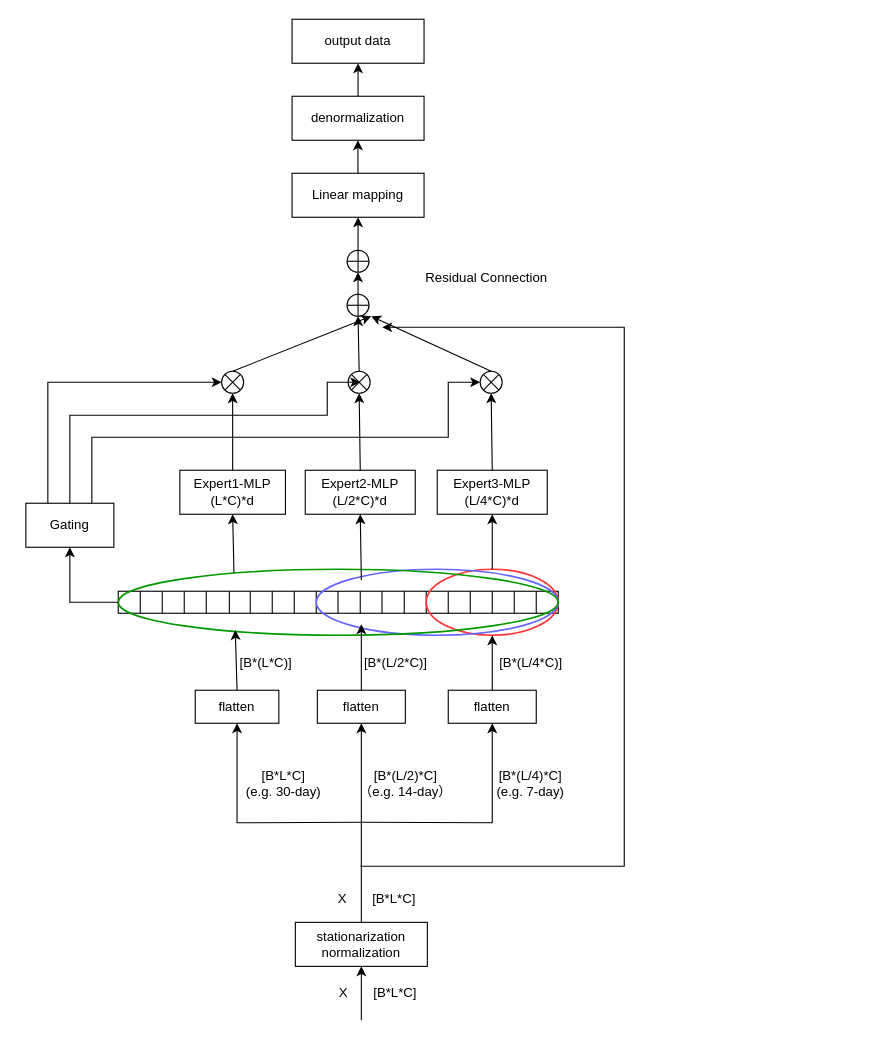
Before: 未命名绘图.drawio in HALF111/Research_figures, a draw.io diagram. Source tidied: cells renumbered, new cells numbered last; positions are measured from the earlier drawing's top-left corner, leaving out a move shared by most shapes. Both pictures are drawn from the tidied source at 110%, with x=0, y=0 at pixel (25, 19).
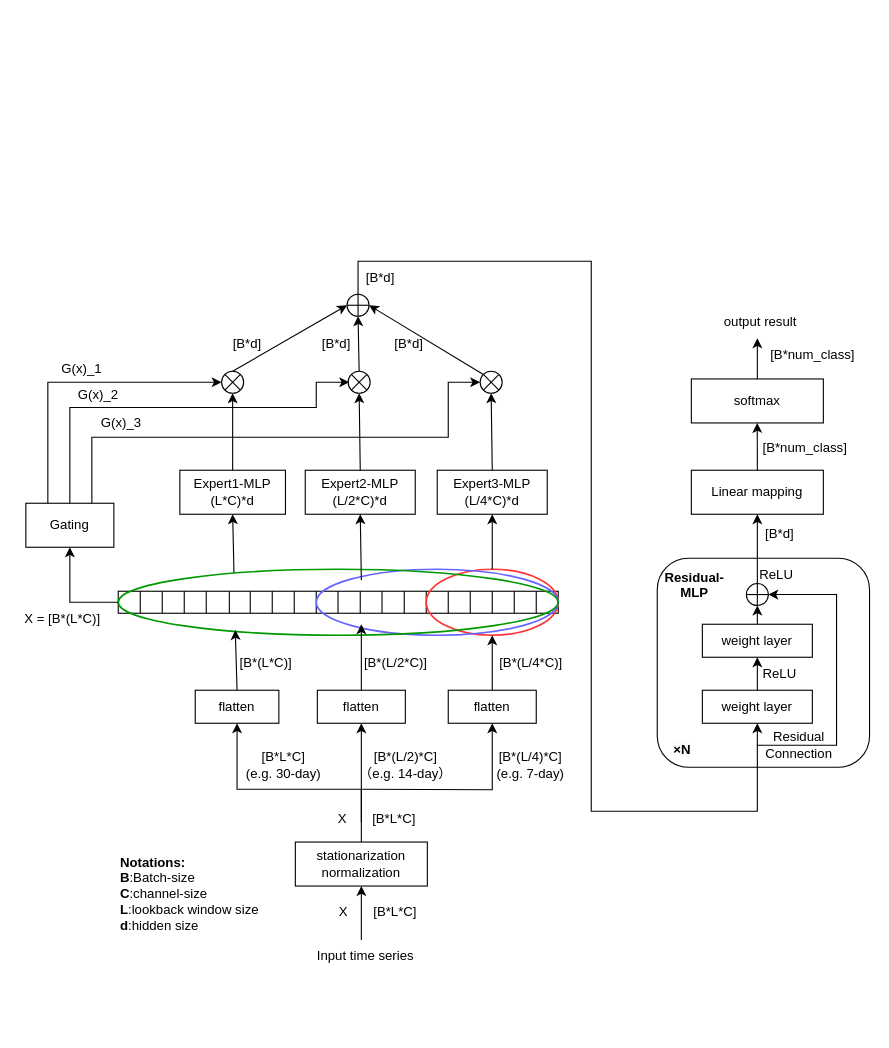
After the change.

Commit message (it also covers changes not shown here):
更新未命名绘图.drawio

Unchanged cells that the change refers to:
```xml
<mxCell id="27" value="Gating" style="rounded=0;whiteSpace=wrap;html=1;" parent="1" vertex="1">
  <mxGeometry y="440" width="80" height="40" as="geometry" />
</mxCell>
<mxCell id="29" style="ellipse;whiteSpace=wrap;html=1;fillColor=none;" parent="1" vertex="1">
  <mxGeometry x="178" y="320" width="20" height="20" as="geometry" />
</mxCell>
<mxCell id="35" style="ellipse;whiteSpace=wrap;html=1;fillColor=none;" parent="1" vertex="1">
  <mxGeometry x="413" y="320" width="20" height="20" as="geometry" />
</mxCell>
<mxCell id="44" style="ellipse;whiteSpace=wrap;html=1;fillColor=none;direction=east;flipH=1;flipV=1;" parent="1" vertex="1">
  <mxGeometry x="292" y="250" width="20" height="20" as="geometry" />
</mxCell>
<mxCell id="74" value="flatten" style="rounded=0;whiteSpace=wrap;html=1;" parent="1" vertex="1">
  <mxGeometry x="154" y="610" width="76" height="30" as="geometry" />
</mxCell>
<mxCell id="76" value="flatten" style="rounded=0;whiteSpace=wrap;html=1;" parent="1" vertex="1">
  <mxGeometry x="384" y="610" width="80" height="30" as="geometry" />
</mxCell>
```

Diff of the diagram source:
```diff
@@
-    <mxCell id="42" style="endArrow=classic;html=1;rounded=0;exitX=0.5;exitY=0;exitDx=0;exitDy=0;entryX=0;entryY=0.5;entryDx=0;entryDy=0;" parent="1" edge="1" source="27">
+    <mxCell id="42" style="endArrow=classic;html=1;rounded=0;exitX=0.5;exitY=0;exitDx=0;exitDy=0;" parent="1" edge="1" source="27">
       <mxGeometry relative="1" as="geometry">
-        <mxPoint x="304" y="330" as="targetPoint" />
+        <mxPoint x="294" y="330" as="targetPoint" />
         <Array as="points">
-          <mxPoint x="40" y="360" />
-          <mxPoint x="274" y="360" />
-          <mxPoint x="274" y="330" />
+          <mxPoint x="40" y="353" />
+          <mxPoint x="264" y="353" />
+          <mxPoint x="264" y="330" />
         </Array>
       </mxGeometry>
     </mxCell>
@@
-    <mxCell id="47" style="endArrow=classic;html=1;rounded=0;exitX=0.5;exitY=0;exitDx=0;exitDy=0;" parent="1" edge="1" source="29">
-      <mxGeometry relative="1" as="geometry">
-        <mxPoint x="314" y="270" as="targetPoint" />
-      </mxGeometry>
+    <mxCell id="47" style="endArrow=classic;html=1;rounded=0;exitX=0.5;exitY=0;exitDx=0;exitDy=0;entryX=0;entryY=0.5;entryDx=0;entryDy=0;" parent="1" edge="1" source="29" target="44">
+      <mxGeometry relative="1" as="geometry" />
     </mxCell>
@@
-    <mxCell id="49" style="endArrow=classic;html=1;rounded=0;exitX=0.5;exitY=0;exitDx=0;exitDy=0;" parent="1" edge="1" source="35">
-      <mxGeometry relative="1" as="geometry">
-        <mxPoint x="314" y="270" as="targetPoint" />
-      </mxGeometry>
-    </mxCell>
-    <mxCell id="50" style="endArrow=classic;html=1;rounded=0;exitX=0.5;exitY=0;exitDx=0;exitDy=0;entryX=0.5;entryY=1;entryDx=0;entryDy=0;" parent="1" edge="1" source="44" target="56">
-      <mxGeometry relative="1" as="geometry" />
-    </mxCell>
     <mxCell id="51" style="edgeStyle=orthogonalEdgeStyle;rounded=0;jettySize=auto;html=1;exitX=0.5;exitY=0;exitDx=0;exitDy=0;entryX=0.5;entryY=1;entryDx=0;entryDy=0;" parent="1" edge="1" target="74">
       <mxGeometry relative="1" as="geometry">
         <mxPoint x="305" y="730" as="sourcePoint" />
+        <Array as="points">
+          <mxPoint x="305" y="700" />
+          <mxPoint x="192" y="700" />
+        </Array>
       </mxGeometry>
     </mxCell>
-    <mxCell id="52" style="edgeStyle=orthogonalEdgeStyle;rounded=0;jettySize=auto;html=1;exitX=0.5;exitY=0;exitDx=0;exitDy=0;entryX=0.5;entryY=1;entryDx=0;entryDy=0;" parent="1" edge="1" target="76">
+    <mxCell id="52" style="edgeStyle=orthogonalEdgeStyle;rounded=0;jettySize=auto;html=1;entryX=0.5;entryY=1;entryDx=0;entryDy=0;" parent="1" edge="1" target="76">
       <mxGeometry relative="1" as="geometry">
-        <mxPoint x="305" y="730" as="sourcePoint" />
+        <mxPoint x="305" y="700" as="sourcePoint" />
       </mxGeometry>
     </mxCell>
     <mxCell id="53" value="stationarization normalization" style="rounded=0;whiteSpace=wrap;html=1;" parent="1" vertex="1">
-      <mxGeometry x="245" y="821" width="120" height="40" as="geometry" />
+      <mxGeometry x="245" y="748" width="120" height="40" as="geometry" />
     </mxCell>
     <mxCell id="54" style="endArrow=classic;html=1;rounded=0;entryX=0.5;entryY=1;entryDx=0;entryDy=0;" parent="1" edge="1" target="53">
       <mxGeometry relative="1" as="geometry">
-        <mxPoint x="305" y="910" as="sourcePoint" />
+        <mxPoint x="305" y="837" as="sourcePoint" />
       </mxGeometry>
     </mxCell>
     <mxCell id="55" value="Linear mapping" style="rounded=0;whiteSpace=wrap;html=1;" parent="1" vertex="1">
-      <mxGeometry x="242" y="140" width="120" height="40" as="geometry" />
+      <mxGeometry x="605" y="410" width="120" height="40" as="geometry" />
     </mxCell>
     <mxCell id="56" style="ellipse;whiteSpace=wrap;html=1;fillColor=none;direction=east;flipH=1;flipV=1;" parent="1" vertex="1">
-      <mxGeometry x="292" y="210" width="20" height="20" as="geometry" />
+      <mxGeometry x="655" y="513" width="20" height="20" as="geometry" />
     </mxCell>
@@
-    <mxCell id="59" style="endArrow=classic;html=1;rounded=0;" parent="1" edge="1">
-      <mxGeometry relative="1" as="geometry">
-        <mxPoint x="304" y="770" as="sourcePoint" />
-        <mxPoint x="324" y="280" as="targetPoint" />
-        <Array as="points">
-          <mxPoint x="544" y="770" />
-          <mxPoint x="544" y="520" />
-          <mxPoint x="544" y="280" />
-        </Array>
-      </mxGeometry>
-    </mxCell>
-    <mxCell id="60" value="Residual Connection" style="text;html=1;strokeColor=none;fillColor=none;align=center;verticalAlign=middle;whiteSpace=wrap;rounded=0;" parent="1" vertex="1">
-      <mxGeometry x="324" y="220" width="190" height="30" as="geometry" />
-    </mxCell>
-    <mxCell id="61" style="endArrow=classic;html=1;rounded=0;exitX=0.5;exitY=0;exitDx=0;exitDy=0;" parent="1" edge="1" source="56">
-      <mxGeometry relative="1" as="geometry">
-        <mxPoint x="302" y="180" as="targetPoint" />
-      </mxGeometry>
+    <mxCell id="61" style="endArrow=classic;html=1;rounded=0;exitX=0.5;exitY=0;exitDx=0;exitDy=0;entryX=0.5;entryY=1;entryDx=0;entryDy=0;" parent="1" edge="1" source="56" target="55">
+      <mxGeometry relative="1" as="geometry" />
     </mxCell>
-    <mxCell id="62" value="denormalization" style="rounded=0;whiteSpace=wrap;html=1;" parent="1" vertex="1">
-      <mxGeometry x="242" y="70" width="120" height="40" as="geometry" />
+    <mxCell id="62" value="softmax" style="rounded=0;whiteSpace=wrap;html=1;" parent="1" vertex="1">
+      <mxGeometry x="605" y="327" width="120" height="40" as="geometry" />
     </mxCell>
-    <mxCell id="63" value="output data" style="rounded=0;whiteSpace=wrap;html=1;" parent="1" vertex="1">
-      <mxGeometry x="242" width="120" height="40" as="geometry" />
-    </mxCell>
-    <mxCell id="64" style="endArrow=classic;html=1;rounded=0;exitX=0.5;exitY=0;exitDx=0;exitDy=0;" parent="1" edge="1">
+    <mxCell id="64" style="endArrow=classic;html=1;rounded=0;exitX=0.5;exitY=0;exitDx=0;exitDy=0;" parent="1" edge="1" source="55">
       <mxGeometry relative="1" as="geometry">
-        <mxPoint x="301.9" y="140" as="sourcePoint" />
-        <mxPoint x="301.9" y="110" as="targetPoint" />
+        <mxPoint x="664.9" y="367" as="targetPoint" />
       </mxGeometry>
     </mxCell>
-    <mxCell id="65" style="endArrow=classic;html=1;rounded=0;exitX=0.5;exitY=0;exitDx=0;exitDy=0;entryX=0.5;entryY=1;entryDx=0;entryDy=0;" parent="1" edge="1" source="62" target="63">
-      <mxGeometry relative="1" as="geometry" />
+    <mxCell id="65" style="endArrow=classic;html=1;rounded=0;exitX=0.5;exitY=0;exitDx=0;exitDy=0;" parent="1" edge="1" source="62">
+      <mxGeometry relative="1" as="geometry">
+        <mxPoint x="665" y="290" as="targetPoint" />
+      </mxGeometry>
     </mxCell>
     <mxCell id="66" value="X" style="text;html=1;strokeColor=none;fillColor=none;align=center;verticalAlign=middle;whiteSpace=wrap;rounded=0;" parent="1" vertex="1">
-      <mxGeometry x="279" y="870" width="20" height="30" as="geometry" />
+      <mxGeometry x="279" y="797" width="20" height="30" as="geometry" />
     </mxCell>
     <mxCell id="67" value="[B*L*C]" style="text;html=1;strokeColor=none;fillColor=none;align=center;verticalAlign=middle;whiteSpace=wrap;rounded=0;" parent="1" vertex="1">
-      <mxGeometry x="311" y="870" width="50" height="30" as="geometry" />
+      <mxGeometry x="311" y="797" width="50" height="30" as="geometry" />
     </mxCell>
     <mxCell id="68" value="X" style="text;html=1;strokeColor=none;fillColor=none;align=center;verticalAlign=middle;whiteSpace=wrap;rounded=0;" parent="1" vertex="1">
-      <mxGeometry x="278" y="785" width="20" height="30" as="geometry" />
+      <mxGeometry x="278" y="712" width="20" height="30" as="geometry" />
     </mxCell>
     <mxCell id="69" value="[B*L*C]" style="text;html=1;strokeColor=none;fillColor=none;align=center;verticalAlign=middle;whiteSpace=wrap;rounded=0;" parent="1" vertex="1">
-      <mxGeometry x="310" y="785" width="50" height="30" as="geometry" />
+      <mxGeometry x="310" y="712" width="50" height="30" as="geometry" />
     </mxCell>
@@
     <mxCell id="71" value="[B*L*C]&lt;br&gt;(e.g. 30-day)" style="text;html=1;strokeColor=none;fillColor=none;align=center;verticalAlign=middle;whiteSpace=wrap;rounded=0;" parent="1" vertex="1">
-      <mxGeometry x="195" y="680" width="79" height="30" as="geometry" />
+      <mxGeometry x="195" y="663" width="79" height="30" as="geometry" />
     </mxCell>
     <mxCell id="72" value="[B*(L/2)*C]&lt;br&gt;（e.g. 14-day）" style="text;html=1;strokeColor=none;fillColor=none;align=center;verticalAlign=middle;whiteSpace=wrap;rounded=0;" parent="1" vertex="1">
-      <mxGeometry x="298" y="680" width="95" height="30" as="geometry" />
+      <mxGeometry x="298" y="663" width="95" height="30" as="geometry" />
     </mxCell>
     <mxCell id="73" value="[B*(L/4)*C]&lt;br&gt;(e.g. 7-day)" style="text;html=1;strokeColor=none;fillColor=none;align=center;verticalAlign=middle;whiteSpace=wrap;rounded=0;" parent="1" vertex="1">
-      <mxGeometry x="419" y="680" width="80" height="30" as="geometry" />
+      <mxGeometry x="419" y="663" width="80" height="30" as="geometry" />
     </mxCell>
@@
+    <mxCell id="88" value="&lt;b&gt;Notations:&lt;/b&gt;&lt;br&gt;&lt;b&gt;B&lt;/b&gt;:Batch-size&lt;br&gt;&lt;b&gt;C&lt;/b&gt;:channel-size&lt;br&gt;&lt;b&gt;L&lt;/b&gt;:lookback window size&lt;br&gt;&lt;b&gt;d&lt;/b&gt;:hidden size" style="text;html=1;strokeColor=none;fillColor=none;align=left;verticalAlign=middle;whiteSpace=wrap;rounded=0;" parent="1" vertex="1">
+      <mxGeometry x="84" y="780" width="134" height="30" as="geometry" />
+    </mxCell>
+    <mxCell id="89" value="Input time series" style="text;html=1;strokeColor=none;fillColor=none;align=center;verticalAlign=middle;whiteSpace=wrap;rounded=0;" parent="1" vertex="1">
+      <mxGeometry x="224" y="837" width="170" height="30" as="geometry" />
+    </mxCell>
+    <mxCell id="90" value="[B*d]" style="text;html=1;strokeColor=none;fillColor=none;align=center;verticalAlign=middle;whiteSpace=wrap;rounded=0;" parent="1" vertex="1">
+      <mxGeometry x="185" y="280" width="33" height="30" as="geometry" />
+    </mxCell>
+    <mxCell id="91" value="[B*d]" style="text;html=1;strokeColor=none;fillColor=none;align=center;verticalAlign=middle;whiteSpace=wrap;rounded=0;" parent="1" vertex="1">
+      <mxGeometry x="266" y="280" width="33" height="30" as="geometry" />
+    </mxCell>
+    <mxCell id="92" value="[B*d]" style="text;html=1;strokeColor=none;fillColor=none;align=center;verticalAlign=middle;whiteSpace=wrap;rounded=0;" parent="1" vertex="1">
+      <mxGeometry x="332" y="280" width="33" height="30" as="geometry" />
+    </mxCell>
+    <mxCell id="93" style="endArrow=classic;html=1;rounded=0;exitX=0;exitY=0;exitDx=0;exitDy=0;entryX=1;entryY=0.5;entryDx=0;entryDy=0;" parent="1" edge="1" source="35" target="44">
+      <mxGeometry relative="1" as="geometry" />
+    </mxCell>
+    <mxCell id="94" value="weight layer" style="rounded=0;whiteSpace=wrap;html=1;" parent="1" vertex="1">
+      <mxGeometry x="615" y="610" width="100" height="30" as="geometry" />
+    </mxCell>
+    <mxCell id="95" style="endArrow=classic;html=1;rounded=0;exitX=0.5;exitY=0;exitDx=0;exitDy=0;entryX=0.5;entryY=1;entryDx=0;entryDy=0;" parent="1" edge="1" source="44" target="94">
+      <mxGeometry relative="1" as="geometry">
+        <Array as="points">
+          <mxPoint x="302" y="220" />
+          <mxPoint x="514" y="220" />
+          <mxPoint x="514" y="430" />
+          <mxPoint x="514" y="720" />
+          <mxPoint x="665" y="720" />
+        </Array>
+      </mxGeometry>
+    </mxCell>
+    <mxCell id="96" style="rounded=1;whiteSpace=wrap;html=1;fillColor=none;" parent="1" vertex="1">
+      <mxGeometry x="574" y="490" width="193" height="190" as="geometry" />
+    </mxCell>
+    <mxCell id="97" value="&lt;b&gt;Residual-MLP&lt;br&gt;&lt;br&gt;&lt;/b&gt;" style="text;html=1;strokeColor=none;fillColor=none;align=center;verticalAlign=middle;whiteSpace=wrap;rounded=0;" parent="1" vertex="1">
+      <mxGeometry x="581" y="513" width="54" height="17" as="geometry" />
+    </mxCell>
+    <mxCell id="98" style="endArrow=classic;html=1;rounded=0;entryX=0.5;entryY=1;entryDx=0;entryDy=0;exitX=0.5;exitY=0;exitDx=0;exitDy=0;" parent="1" edge="1" source="94" target="99">
+      <mxGeometry relative="1" as="geometry" />
+    </mxCell>
+    <mxCell id="99" value="weight layer" style="rounded=0;whiteSpace=wrap;html=1;" parent="1" vertex="1">
+      <mxGeometry x="615" y="550" width="100" height="30" as="geometry" />
+    </mxCell>
+    <mxCell id="100" value="ReLU" style="text;html=1;strokeColor=none;fillColor=none;align=center;verticalAlign=middle;whiteSpace=wrap;rounded=0;" parent="1" vertex="1">
+      <mxGeometry x="660" y="590" width="50.5" height="10" as="geometry" />
+    </mxCell>
+    <mxCell id="101" style="endArrow=classic;html=1;rounded=0;entryX=1;entryY=0.5;entryDx=0;entryDy=0;" parent="1" edge="1" target="56">
+      <mxGeometry relative="1" as="geometry">
+        <mxPoint x="664.5" y="660" as="sourcePoint" />
+        <Array as="points">
+          <mxPoint x="737" y="660" />
+          <mxPoint x="737" y="523" />
+        </Array>
+      </mxGeometry>
+    </mxCell>
+    <mxCell id="102" style="endArrow=classic;html=1;rounded=0;exitX=0.5;exitY=0;exitDx=0;exitDy=0;entryX=0.5;entryY=1;entryDx=0;entryDy=0;" parent="1" edge="1" source="99" target="56">
+      <mxGeometry relative="1" as="geometry" />
+    </mxCell>
+    <mxCell id="103" value="ReLU" style="text;html=1;strokeColor=none;fillColor=none;align=center;verticalAlign=middle;whiteSpace=wrap;rounded=0;" parent="1" vertex="1">
+      <mxGeometry x="657" y="500" width="50.5" height="10" as="geometry" />
+    </mxCell>
+    <mxCell id="104" value="&lt;b style=&quot;border-color: var(--border-color); color: rgb(0, 0, 0); font-family: Helvetica; font-size: 12px; font-style: normal; font-variant-ligatures: normal; font-variant-caps: normal; letter-spacing: normal; orphans: 2; text-align: center; text-indent: 0px; text-transform: none; widows: 2; word-spacing: 0px; -webkit-text-stroke-width: 0px; background-color: rgb(251, 251, 251); text-decoration-thickness: initial; text-decoration-style: initial; text-decoration-color: initial;&quot;&gt;×N&lt;/b&gt;" style="text;whiteSpace=wrap;html=1;" parent="1" vertex="1">
+      <mxGeometry x="587" y="650" width="20" height="30" as="geometry" />
+    </mxCell>
+    <mxCell id="60" value="Residual&lt;br&gt;Connection" style="text;html=1;strokeColor=none;fillColor=none;align=center;verticalAlign=middle;whiteSpace=wrap;rounded=0;" parent="1" vertex="1">
+      <mxGeometry x="674" y="650" width="57.5" height="20" as="geometry" />
+    </mxCell>
+    <mxCell id="105" value="[B*d]" style="text;html=1;strokeColor=none;fillColor=none;align=center;verticalAlign=middle;whiteSpace=wrap;rounded=0;" parent="1" vertex="1">
+      <mxGeometry x="305.8" y="220" width="33" height="30" as="geometry" />
+    </mxCell>
+    <mxCell id="106" value="[B*d]" style="text;html=1;strokeColor=none;fillColor=none;align=center;verticalAlign=middle;whiteSpace=wrap;rounded=0;" parent="1" vertex="1">
+      <mxGeometry x="668.8" y="453" width="33" height="30" as="geometry" />
+    </mxCell>
+    <mxCell id="107" value="[B*num_class]" style="text;html=1;strokeColor=none;fillColor=none;align=center;verticalAlign=middle;whiteSpace=wrap;rounded=0;" parent="1" vertex="1">
+      <mxGeometry x="692" y="375" width="33" height="30" as="geometry" />
+    </mxCell>
+    <mxCell id="108" value="[B*num_class]" style="text;html=1;strokeColor=none;fillColor=none;align=center;verticalAlign=middle;whiteSpace=wrap;rounded=0;" parent="1" vertex="1">
+      <mxGeometry x="698.5" y="290" width="33" height="30" as="geometry" />
+    </mxCell>
+    <mxCell id="109" value="output result" style="text;html=1;strokeColor=none;fillColor=none;align=center;verticalAlign=middle;whiteSpace=wrap;rounded=0;" parent="1" vertex="1">
+      <mxGeometry x="608" y="260" width="120" height="30" as="geometry" />
+    </mxCell>
+    <mxCell id="110" value="X = [B*(L*C)]" style="text;html=1;strokeColor=none;fillColor=none;align=center;verticalAlign=middle;whiteSpace=wrap;rounded=0;" parent="1" vertex="1">
+      <mxGeometry x="-6" y="530" width="79" height="30" as="geometry" />
+    </mxCell>
+    <mxCell id="111" value="G(x)_1" style="text;html=1;strokeColor=none;fillColor=none;align=center;verticalAlign=middle;whiteSpace=wrap;rounded=0;" parent="1" vertex="1">
+      <mxGeometry x="29" y="310" width="44" height="16" as="geometry" />
+    </mxCell>
+    <mxCell id="112" value="G(x)_2" style="text;html=1;strokeColor=none;fillColor=none;align=center;verticalAlign=middle;whiteSpace=wrap;rounded=0;" parent="1" vertex="1">
+      <mxGeometry x="44" y="334" width="44" height="16" as="geometry" />
+    </mxCell>
+    <mxCell id="113" value="G(x)_3" style="text;html=1;strokeColor=none;fillColor=none;align=center;verticalAlign=middle;whiteSpace=wrap;rounded=0;" parent="1" vertex="1">
+      <mxGeometry x="65" y="359" width="44" height="16" as="geometry" />
+    </mxCell>
```
